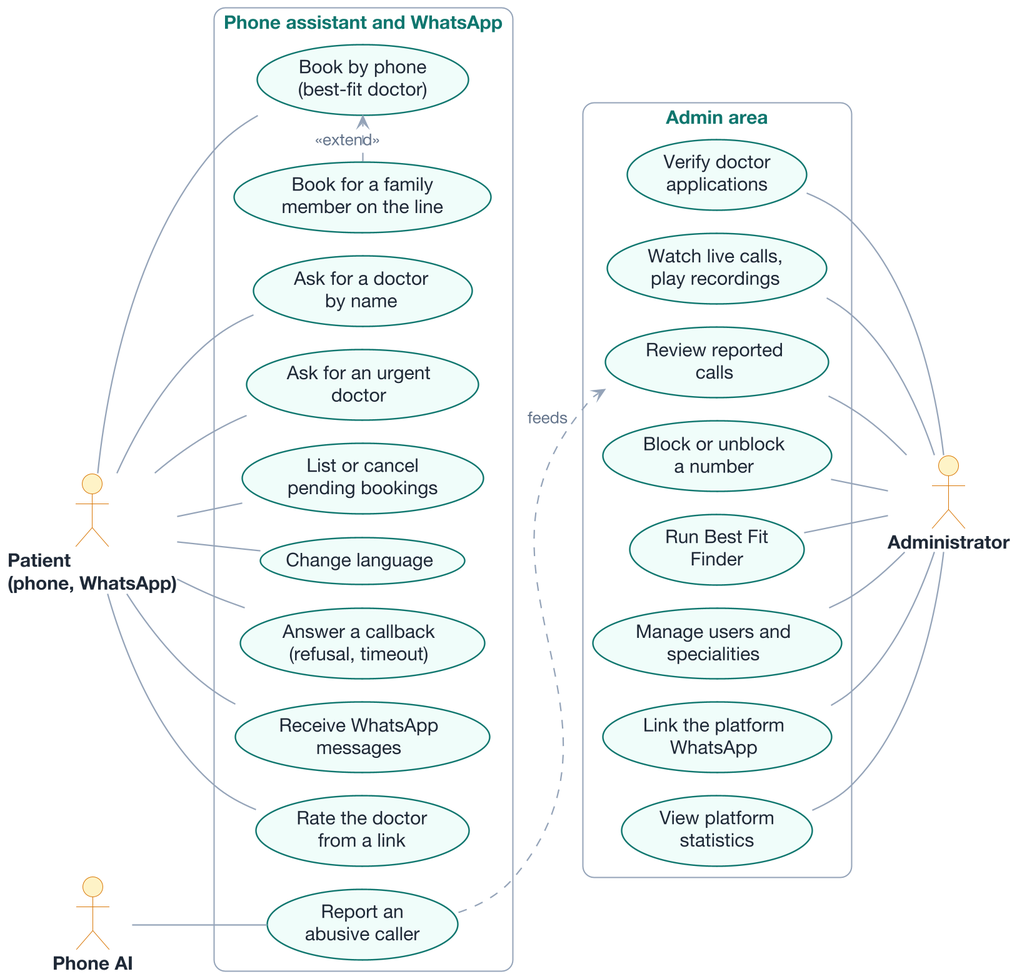
Before: images/diagrams/use_case_patient_admin.png, a diagram exported from PlantUML (AtriOmar/riaya-report). Its diagram source:
```plantuml
@startuml use_case_patient_admin
!pragma layout smetana
!include riaya_style.iuml
left to right direction
skinparam ArrowColor #94A3B8
skinparam ArrowFontColor #64748B
skinparam ArrowFontSize 13

actor "Patient\n(phone, WhatsApp)" as P
actor "Phone AI" as AI
actor "Administrator" as A

rectangle "Phone assistant and WhatsApp" {
  usecase "Book by phone\n(best-fit doctor)" as P1
  usecase "Book for a family\nmember on the line" as P2
  usecase "Ask for a doctor\nby name" as P3
  usecase "Ask for an urgent\ndoctor" as P4
  usecase "List or cancel\npending bookings" as P5
  usecase "Change language" as P6
  usecase "Answer a callback\n(refusal, timeout)" as P7
  usecase "Receive WhatsApp\nmessages" as P8
  usecase "Rate the doctor\nfrom a link" as P9
  usecase "Report an\nabusive caller" as R1
}
rectangle "Admin area" {

  usecase "Verify doctor\napplications" as A1
  usecase "Watch live calls,\nplay recordings" as A2
  usecase "Review reported\ncalls" as A3
  usecase "Block or unblock\na number" as A4
  usecase "Run Best Fit\nFinder" as A5
  usecase "Manage users and\nspecialities" as A6
  usecase "Link the platform\nWhatsApp" as A7
  usecase "View platform\nstatistics" as A8
}

P -- P1
P -- P3
P -- P4
P -- P5
P -- P6
P -- P7
P -- P8
P -- P9
P2 .> P1 : <<extend>>
AI -- R1

A1 -- A
A2 -- A
A3 -- A
A4 -- A
A5 -- A
A6 -- A
A7 -- A
A8 -- A
R1 .> A3 : feeds
P1 -[hidden]- A1
P9 -[hidden]- A8
@enduml
```
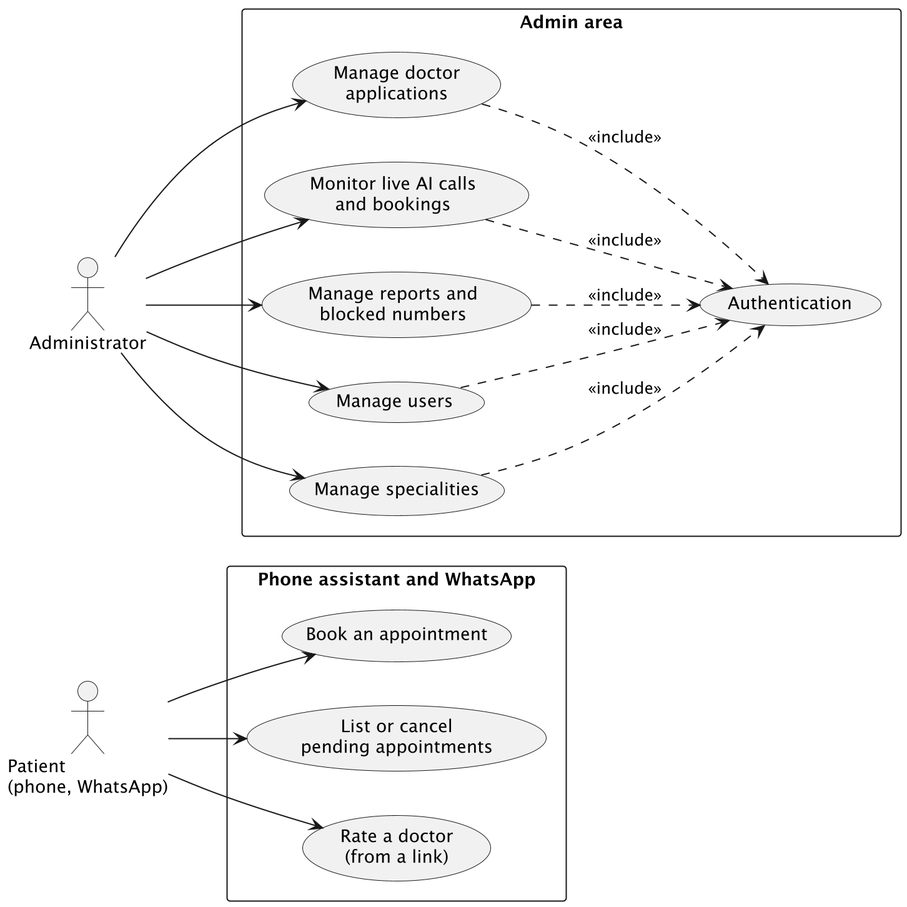
The same diagram one commit later.

Change to the diagram source:
```diff
@@ -1,59 +1,38 @@
 @startuml use_case_patient_admin
-!pragma layout smetana
-!include riaya_style.iuml
 left to right direction
-skinparam ArrowColor #94A3B8
-skinparam ArrowFontColor #64748B
-skinparam ArrowFontSize 13
+skinparam dpi 192
 
 actor "Patient\n(phone, WhatsApp)" as P
-actor "Phone AI" as AI
 actor "Administrator" as A
 
 rectangle "Phone assistant and WhatsApp" {
-  usecase "Book by phone\n(best-fit doctor)" as P1
-  usecase "Book for a family\nmember on the line" as P2
-  usecase "Ask for a doctor\nby name" as P3
-  usecase "Ask for an urgent\ndoctor" as P4
-  usecase "List or cancel\npending bookings" as P5
-  usecase "Change language" as P6
-  usecase "Answer a callback\n(refusal, timeout)" as P7
-  usecase "Receive WhatsApp\nmessages" as P8
-  usecase "Rate the doctor\nfrom a link" as P9
-  usecase "Report an\nabusive caller" as R1
+  usecase "Book an appointment" as P1
+  usecase "List or cancel\npending appointments" as P4
+  usecase "Rate a doctor\n(from a link)" as P5
 }
 rectangle "Admin area" {
+  usecase "Authentication" as AUTH
 
-  usecase "Verify doctor\napplications" as A1
-  usecase "Watch live calls,\nplay recordings" as A2
-  usecase "Review reported\ncalls" as A3
-  usecase "Block or unblock\na number" as A4
-  usecase "Run Best Fit\nFinder" as A5
-  usecase "Manage users and\nspecialities" as A6
-  usecase "Link the platform\nWhatsApp" as A7
-  usecase "View platform\nstatistics" as A8
+  usecase "Manage doctor\napplications" as A1
+  usecase "Monitor live AI calls\nand bookings" as A2
+  usecase "Manage reports and\nblocked numbers" as A3
+  usecase "Manage users" as A4
+  usecase "Manage specialities" as A5
 }
 
-P -- P1
-P -- P3
-P -- P4
-P -- P5
-P -- P6
-P -- P7
-P -- P8
-P -- P9
-P2 .> P1 : <<extend>>
-AI -- R1
+P --> P1
+P --> P4
+P --> P5
 
-A1 -- A
-A2 -- A
-A3 -- A
-A4 -- A
-A5 -- A
-A6 -- A
-A7 -- A
-A8 -- A
-R1 .> A3 : feeds
-P1 -[hidden]- A1
-P9 -[hidden]- A8
+A --> A1
+A --> A2
+A --> A3
+A --> A4
+A --> A5
+
+A1 ..> AUTH : <<include>>
+A2 ..> AUTH : <<include>>
+A3 ..> AUTH : <<include>>
+A4 ..> AUTH : <<include>>
+A5 ..> AUTH : <<include>>
 @enduml
```
